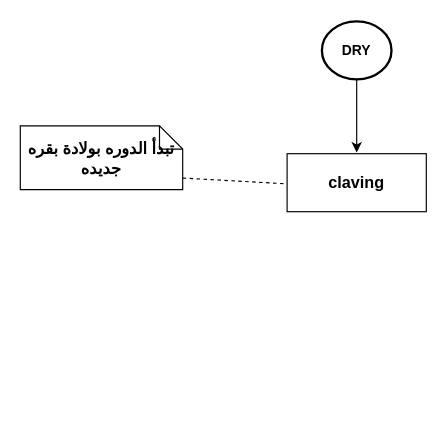
Above: cowplus.drawio in AgrcologyIoT/Estrudect-Device (draw.io), before the change. Source tidied: cells renumbered, new cells numbered last; positions are measured from the earlier drawing's top-left corner, leaving out a move shared by most shapes. Both pictures are drawn from the tidied source at 116%, with x=0, y=0 at pixel (20, 21).
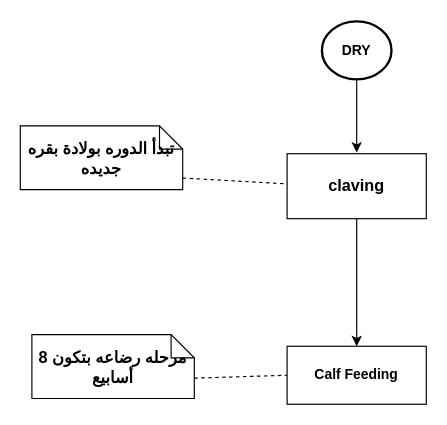
After the change.

Change to the diagram source:
```diff
@@
 <mxGraphModel>
   <root>
     <mxCell id="0" />
     <mxCell id="1" parent="0" />
     <mxCell id="2" value="&lt;b&gt;DRY&lt;/b&gt;" style="strokeWidth=2;html=1;shape=mxgraph.flowchart.start_2;whiteSpace=wrap;" parent="1" vertex="1">
       <mxGeometry x="260" width="60" height="50" as="geometry" />
     </mxCell>
     <mxCell id="3" style="endArrow=classic;html=1;rounded=0;exitX=0.5;exitY=1;exitDx=0;exitDy=0;exitPerimeter=0;" parent="1" edge="1" source="2">
       <mxGeometry relative="1" as="geometry">
         <mxPoint x="290" y="113" as="targetPoint" />
       </mxGeometry>
     </mxCell>
     <mxCell id="4" value="&lt;font style=&quot;font-size: 14px;&quot;&gt;&lt;b&gt;claving&lt;/b&gt;&lt;/font&gt;" style="rounded=0;whiteSpace=wrap;html=1;" parent="1" vertex="1">
-      <mxGeometry x="230" y="114" width="120" height="50" as="geometry" />
+      <mxGeometry x="230" y="114" width="120" height="56" as="geometry" />
     </mxCell>
     <mxCell id="5" value="&lt;b&gt;&lt;font style=&quot;font-size: 14px;&quot;&gt;تبدأ الدوره بولادة بقره جديده &lt;/font&gt;&lt;/b&gt;" style="shape=note;size=20;whiteSpace=wrap;html=1;" parent="1" vertex="1">
       <mxGeometry y="90" width="140" height="55" as="geometry" />
     </mxCell>
     <mxCell id="6" style="endArrow=none;dashed=1;html=1;rounded=0;exitX=1;exitY=0.818;exitDx=0;exitDy=0;exitPerimeter=0;" parent="1" edge="1" source="5">
       <mxGeometry relative="1" as="geometry">
         <mxPoint x="230" y="140" as="targetPoint" />
       </mxGeometry>
     </mxCell>
+    <mxCell id="7" value="&lt;b&gt;Calf Feeding &lt;br&gt;&lt;/b&gt;" style="rounded=0;whiteSpace=wrap;html=1;" parent="1" vertex="1">
+      <mxGeometry x="230" y="280" width="120" height="50" as="geometry" />
+    </mxCell>
+    <mxCell id="8" style="endArrow=classic;html=1;rounded=0;" parent="1" edge="1" target="7">
+      <mxGeometry relative="1" as="geometry">
+        <mxPoint x="290" y="170" as="sourcePoint" />
+        <Array as="points">
+          <mxPoint x="290" y="180" />
+        </Array>
+      </mxGeometry>
+    </mxCell>
+    <mxCell id="9" value="&lt;b&gt;&lt;font style=&quot;font-size: 14px;&quot;&gt;مرحله رضاعه بتكون 8 أسابيع &lt;/font&gt;&lt;/b&gt;" style="shape=note;size=20;whiteSpace=wrap;html=1;" parent="1" vertex="1">
+      <mxGeometry x="10" y="270" width="140" height="55" as="geometry" />
+    </mxCell>
+    <mxCell id="10" style="endArrow=none;dashed=1;html=1;rounded=0;entryX=0;entryY=0.5;entryDx=0;entryDy=0;exitX=0;exitY=0;exitDx=140;exitDy=37.5;exitPerimeter=0;" parent="1" edge="1" source="9" target="7">
+      <mxGeometry relative="1" as="geometry" />
+    </mxCell>
   </root>
 </mxGraphModel>
```
